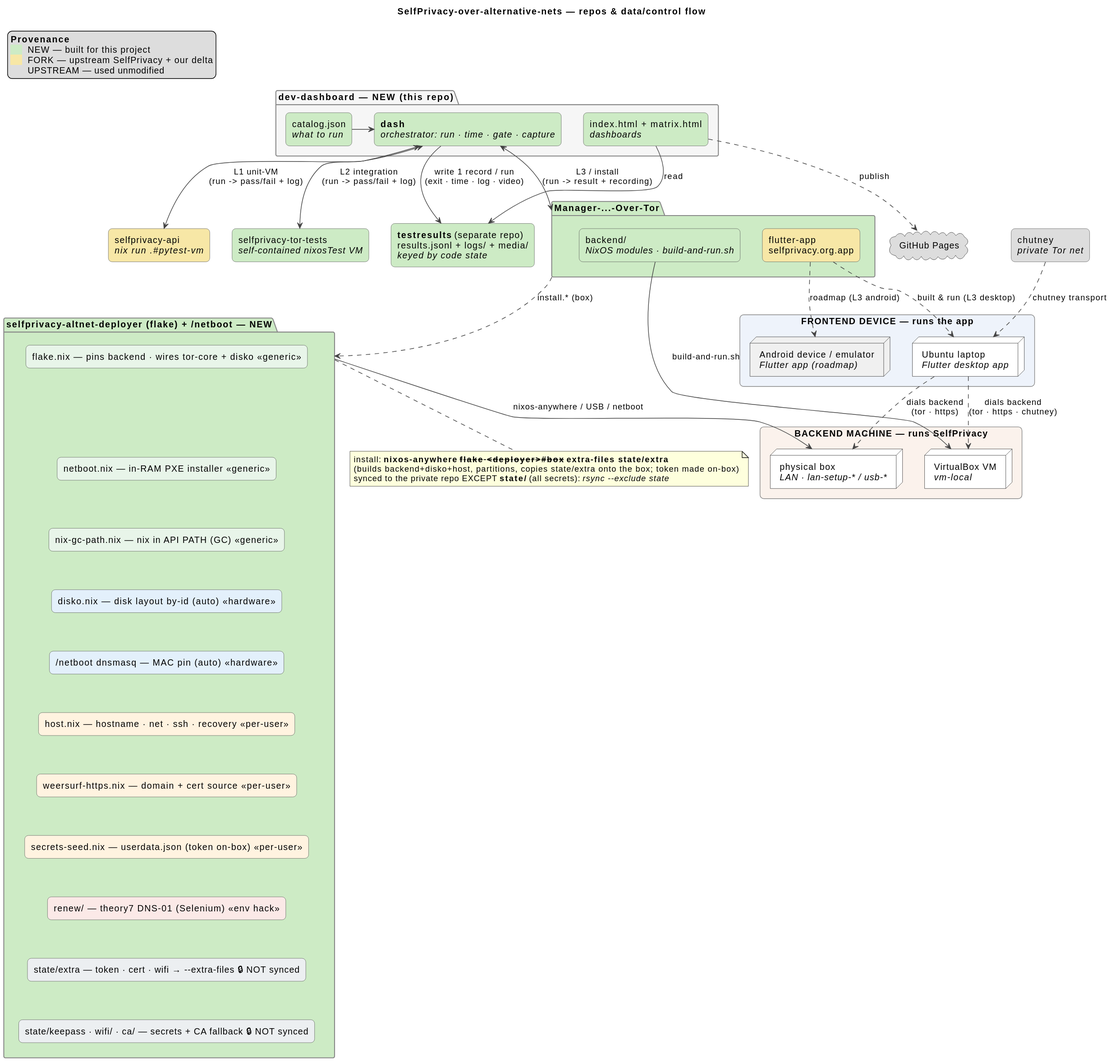
Before: docs/architecture.svg, a diagram exported from PlantUML (selfprivacy-over-alternative-nets/dev-dashboard). Its source is kept beside it as docs/architecture.puml.
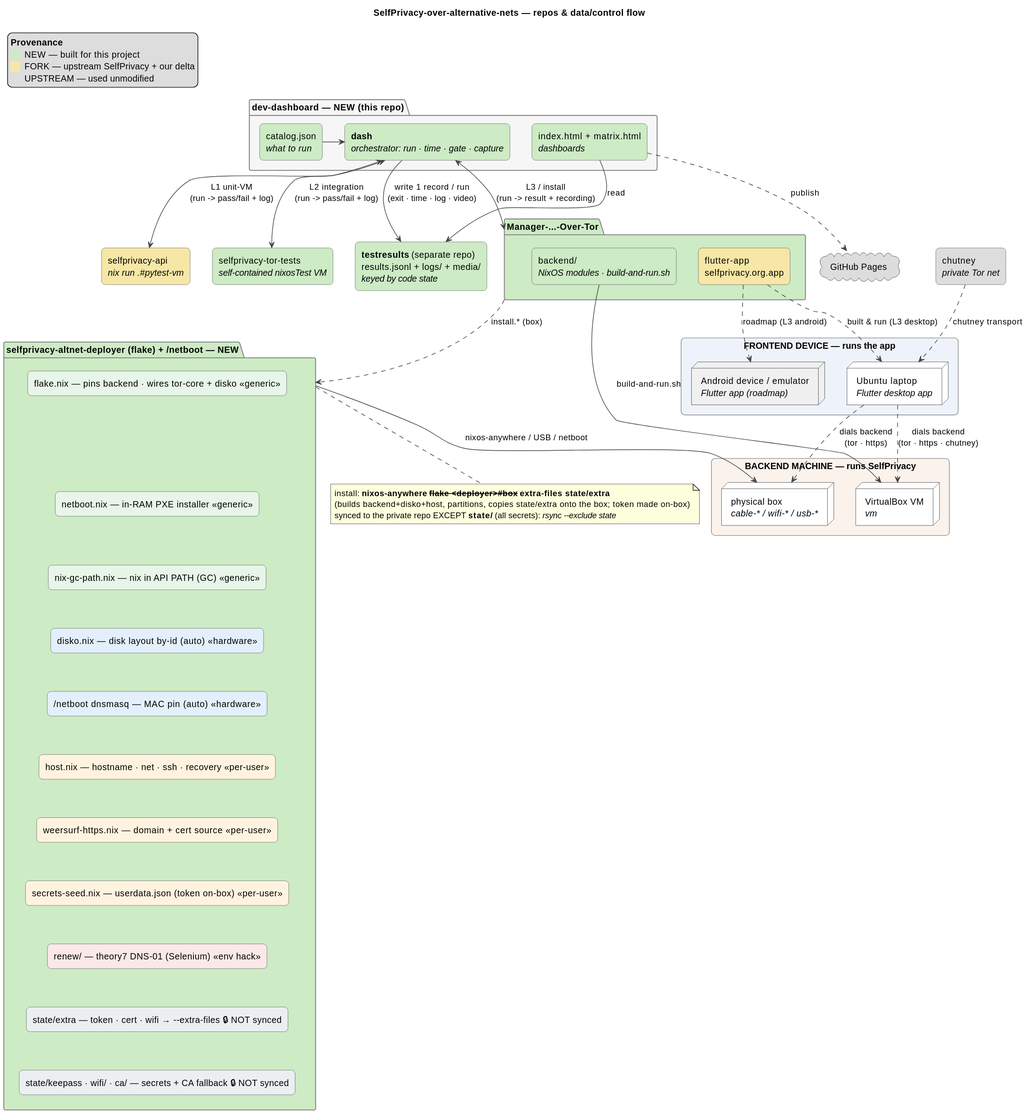
The same diagram one commit later.

What changed in the source:
```diff
@@ -80,8 +80,8 @@
   node "Android device / emulator\n<i>Flutter app (roadmap)</i>" as feandroid #F0F0F0
 }
 rectangle "BACKEND MACHINE — runs SelfPrivacy" as BE #FBF2EC {
-  node "VirtualBox VM\n<i>vm-local</i>" as vm #FFFFFF
-  node "physical box\n<i>LAN · lan-setup-* / usb-*</i>" as box #FFFFFF
+  node "VirtualBox VM\n<i>vm</i>" as vm #FFFFFF
+  node "physical box\n<i>cable-* / wifi-* / usb-*</i>" as box #FFFFFF
 }
 
 app ..> fedesk    : built & run (L3 desktop)
```
